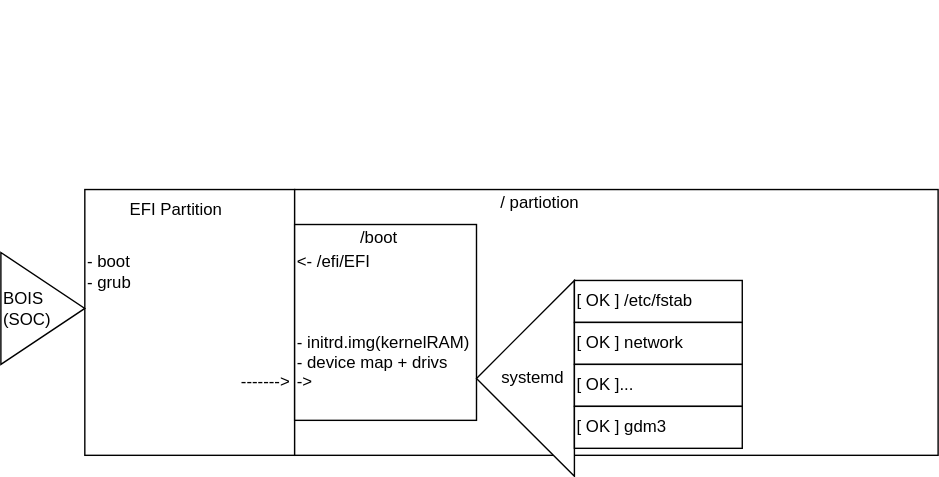
Earlier version of the draw.io export linux_boot.dio.svg (nehalandrew/emb-linux-yocto-practice). Source tidied: cells renumbered, new cells last; positions are measured from the earlier drawing's top-left corner, leaving out a move shared by most shapes. Its diagram source:
```xml
<mxGraphModel>
  <root>
    <mxCell id="0" />
    <mxCell id="1" parent="0" />
    <mxCell id="2" value="- boot&lt;br&gt;- grub&lt;br&gt;&lt;span style=&quot;white-space: pre&quot;&gt;&#9;&lt;/span&gt;&lt;span style=&quot;white-space: pre&quot;&gt;&#9;&lt;/span&gt;&lt;span style=&quot;white-space: pre&quot;&gt;&#9;&lt;/span&gt;&lt;span style=&quot;white-space: pre&quot;&gt;&#9;&lt;/span&gt;-------&amp;gt;" style="rounded=0;whiteSpace=wrap;html=1;align=left;" parent="1" vertex="1">
      <mxGeometry x="60" y="135" width="150" height="190" as="geometry" />
    </mxCell>
    <mxCell id="3" style="rounded=0;whiteSpace=wrap;html=1;" parent="1" vertex="1">
      <mxGeometry x="210" y="135" width="460" height="190" as="geometry" />
    </mxCell>
    <mxCell id="4" value="&amp;lt;- /efi/EFI&lt;br&gt;&lt;br&gt;&lt;br&gt;&lt;br&gt;- initrd.img(kernelRAM)&lt;br&gt;- device map + drivs&lt;br&gt;&amp;nbsp; &amp;nbsp; &amp;nbsp; &amp;nbsp; &amp;nbsp; &amp;nbsp; &amp;nbsp; &amp;nbsp; &amp;nbsp; &amp;nbsp; &amp;nbsp; &amp;nbsp; &amp;nbsp; &amp;nbsp; &amp;nbsp; &amp;nbsp; -&amp;gt;" style="rounded=0;whiteSpace=wrap;html=1;align=left;" parent="1" vertex="1">
      <mxGeometry x="210" y="160" width="130" height="140" as="geometry" />
    </mxCell>
    <mxCell id="5" value="BOIS&lt;br&gt;(SOC)" style="triangle;whiteSpace=wrap;html=1;align=left;" parent="1" vertex="1">
      <mxGeometry y="180" width="60" height="80" as="geometry" />
    </mxCell>
    <mxCell id="6" style="group;" parent="1" vertex="1">
      <mxGeometry x="430" width="190" height="140" as="geometry" />
    </mxCell>
    <mxCell id="7" style="group;" parent="6" vertex="1">
      <mxGeometry x="-90" y="200" width="190" height="140" as="geometry" />
    </mxCell>
    <mxCell id="8" style="triangle;whiteSpace=wrap;html=1;rotation=-180;" parent="7" vertex="1">
      <mxGeometry width="70" height="140" as="geometry" />
    </mxCell>
    <mxCell id="9" value="&amp;nbsp;[ OK ] /etc/fstab" style="rounded=0;whiteSpace=wrap;html=1;align=left;" parent="7" vertex="1">
      <mxGeometry x="70" width="120" height="30" as="geometry" />
    </mxCell>
    <mxCell id="10" value="&amp;nbsp;[ OK ] network" style="rounded=0;whiteSpace=wrap;html=1;align=left;" parent="7" vertex="1">
      <mxGeometry x="70" y="30" width="120" height="30" as="geometry" />
    </mxCell>
    <mxCell id="11" value="&amp;nbsp;[ OK ]..." style="rounded=0;whiteSpace=wrap;html=1;align=left;" parent="7" vertex="1">
      <mxGeometry x="70" y="60" width="120" height="30" as="geometry" />
    </mxCell>
    <mxCell id="12" value="&amp;nbsp;[ OK ] gdm3" style="rounded=0;whiteSpace=wrap;html=1;align=left;" parent="7" vertex="1">
      <mxGeometry x="70" y="90" width="120" height="30" as="geometry" />
    </mxCell>
    <mxCell id="13" value="systemd" style="text;html=1;align=center;verticalAlign=middle;strokeColor=none;fillColor=none;" parent="7" vertex="1">
      <mxGeometry x="10" y="60" width="60" height="20" as="geometry" />
    </mxCell>
    <mxCell id="14" value="EFI Partition" style="text;html=1;align=center;verticalAlign=middle;strokeColor=none;fillColor=none;" parent="1" vertex="1">
      <mxGeometry x="85" y="140" width="80" height="20" as="geometry" />
    </mxCell>
    <mxCell id="15" value="/ partiotion" style="text;html=1;align=center;verticalAlign=middle;strokeColor=none;fillColor=none;" parent="1" vertex="1">
      <mxGeometry x="350" y="135" width="70" height="20" as="geometry" />
    </mxCell>
    <mxCell id="16" value="/boot" style="text;html=1;align=center;verticalAlign=middle;strokeColor=none;fillColor=none;" parent="1" vertex="1">
      <mxGeometry x="250" y="160" width="40" height="20" as="geometry" />
    </mxCell>
  </root>
</mxGraphModel>
```
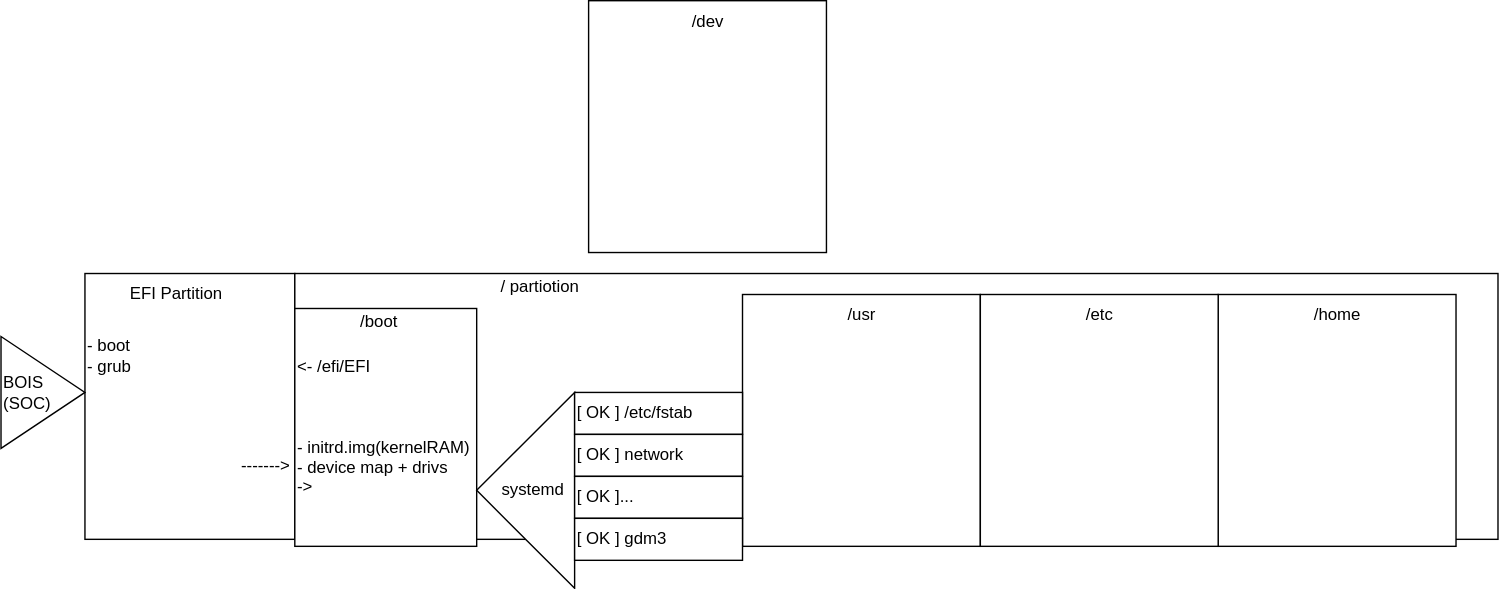
Later version of the same file.

The edit, as a diff of the source:
```diff
@@ -6,19 +6,52 @@
       <mxGeometry x="60" y="135" width="150" height="190" as="geometry" />
     </mxCell>
     <mxCell id="3" style="rounded=0;whiteSpace=wrap;html=1;" parent="1" vertex="1">
-      <mxGeometry x="210" y="135" width="460" height="190" as="geometry" />
+      <mxGeometry x="210" y="135" width="860" height="190" as="geometry" />
     </mxCell>
     <mxCell id="4" value="&amp;lt;- /efi/EFI&lt;br&gt;&lt;br&gt;&lt;br&gt;&lt;br&gt;- initrd.img(kernelRAM)&lt;br&gt;- device map + drivs&lt;br&gt;&amp;nbsp; &amp;nbsp; &amp;nbsp; &amp;nbsp; &amp;nbsp; &amp;nbsp; &amp;nbsp; &amp;nbsp; &amp;nbsp; &amp;nbsp; &amp;nbsp; &amp;nbsp; &amp;nbsp; &amp;nbsp; &amp;nbsp; &amp;nbsp; -&amp;gt;" style="rounded=0;whiteSpace=wrap;html=1;align=left;" parent="1" vertex="1">
-      <mxGeometry x="210" y="160" width="130" height="140" as="geometry" />
+      <mxGeometry x="210" y="160" width="130" height="170" as="geometry" />
     </mxCell>
     <mxCell id="5" value="BOIS&lt;br&gt;(SOC)" style="triangle;whiteSpace=wrap;html=1;align=left;" parent="1" vertex="1">
       <mxGeometry y="180" width="60" height="80" as="geometry" />
     </mxCell>
-    <mxCell id="6" style="group;" parent="1" vertex="1">
-      <mxGeometry x="430" width="190" height="140" as="geometry" />
-    </mxCell>
+    <mxCell id="14" value="EFI Partition" style="text;html=1;align=center;verticalAlign=middle;strokeColor=none;fillColor=none;" parent="1" vertex="1">
+      <mxGeometry x="85" y="140" width="80" height="20" as="geometry" />
+    </mxCell>
+    <mxCell id="15" value="/ partiotion" style="text;html=1;align=center;verticalAlign=middle;strokeColor=none;fillColor=none;" parent="1" vertex="1">
+      <mxGeometry x="350" y="135" width="70" height="20" as="geometry" />
+    </mxCell>
+    <mxCell id="16" value="/boot" style="text;html=1;align=center;verticalAlign=middle;strokeColor=none;fillColor=none;" parent="1" vertex="1">
+      <mxGeometry x="250" y="160" width="40" height="20" as="geometry" />
+    </mxCell>
+    <mxCell id="17" style="group;" parent="1" vertex="1">
+      <mxGeometry x="530" y="150" width="170" height="180" as="geometry" />
+    </mxCell>
+    <mxCell id="18" style="rounded=0;whiteSpace=wrap;html=1;" parent="17" vertex="1">
+      <mxGeometry width="170" height="180" as="geometry" />
+    </mxCell>
+    <mxCell id="19" value="/usr" style="text;html=1;align=center;verticalAlign=middle;strokeColor=none;fillColor=none;" parent="17" vertex="1">
+      <mxGeometry x="65" y="5" width="40" height="20" as="geometry" />
+    </mxCell>
+    <mxCell id="20" style="group;" parent="1" vertex="1">
+      <mxGeometry x="870" y="150" width="170" height="180" as="geometry" />
+    </mxCell>
+    <mxCell id="21" style="rounded=0;whiteSpace=wrap;html=1;" parent="20" vertex="1">
+      <mxGeometry width="170" height="180" as="geometry" />
+    </mxCell>
+    <mxCell id="22" value="/home" style="text;html=1;align=center;verticalAlign=middle;strokeColor=none;fillColor=none;" parent="20" vertex="1">
+      <mxGeometry x="60" y="5" width="50" height="20" as="geometry" />
+    </mxCell>
+    <mxCell id="23" style="group;" parent="1" vertex="1">
+      <mxGeometry x="700" y="150" width="170" height="180" as="geometry" />
+    </mxCell>
+    <mxCell id="24" style="rounded=0;whiteSpace=wrap;html=1;" parent="23" vertex="1">
+      <mxGeometry width="170" height="180" as="geometry" />
+    </mxCell>
+    <mxCell id="25" value="/etc" style="text;html=1;align=center;verticalAlign=middle;strokeColor=none;fillColor=none;" parent="23" vertex="1">
+      <mxGeometry x="70" y="5" width="30" height="20" as="geometry" />
+    </mxCell>
-    <mxCell id="7" style="group;" parent="6" vertex="1">
-      <mxGeometry x="-90" y="200" width="190" height="140" as="geometry" />
+    <mxCell id="7" style="group;" parent="1" vertex="1">
+      <mxGeometry x="340" y="220" width="190" height="140" as="geometry" />
     </mxCell>
     <mxCell id="8" style="triangle;whiteSpace=wrap;html=1;rotation=-180;" parent="7" vertex="1">
       <mxGeometry width="70" height="140" as="geometry" />
@@ -38,14 +71,14 @@
     <mxCell id="13" value="systemd" style="text;html=1;align=center;verticalAlign=middle;strokeColor=none;fillColor=none;" parent="7" vertex="1">
       <mxGeometry x="10" y="60" width="60" height="20" as="geometry" />
     </mxCell>
-    <mxCell id="14" value="EFI Partition" style="text;html=1;align=center;verticalAlign=middle;strokeColor=none;fillColor=none;" parent="1" vertex="1">
-      <mxGeometry x="85" y="140" width="80" height="20" as="geometry" />
-    </mxCell>
-    <mxCell id="15" value="/ partiotion" style="text;html=1;align=center;verticalAlign=middle;strokeColor=none;fillColor=none;" parent="1" vertex="1">
-      <mxGeometry x="350" y="135" width="70" height="20" as="geometry" />
-    </mxCell>
-    <mxCell id="16" value="/boot" style="text;html=1;align=center;verticalAlign=middle;strokeColor=none;fillColor=none;" parent="1" vertex="1">
-      <mxGeometry x="250" y="160" width="40" height="20" as="geometry" />
-    </mxCell>
+    <mxCell id="26" style="group;" parent="7" vertex="1">
+      <mxGeometry x="80" y="-280" width="170" height="180" as="geometry" />
+    </mxCell>
+    <mxCell id="27" style="rounded=0;whiteSpace=wrap;html=1;" parent="26" vertex="1">
+      <mxGeometry width="170" height="180" as="geometry" />
+    </mxCell>
+    <mxCell id="28" value="/dev" style="text;html=1;align=center;verticalAlign=middle;strokeColor=none;fillColor=none;" parent="26" vertex="1">
+      <mxGeometry x="65" y="5" width="40" height="20" as="geometry" />
+    </mxCell>
   </root>
 </mxGraphModel>
```
